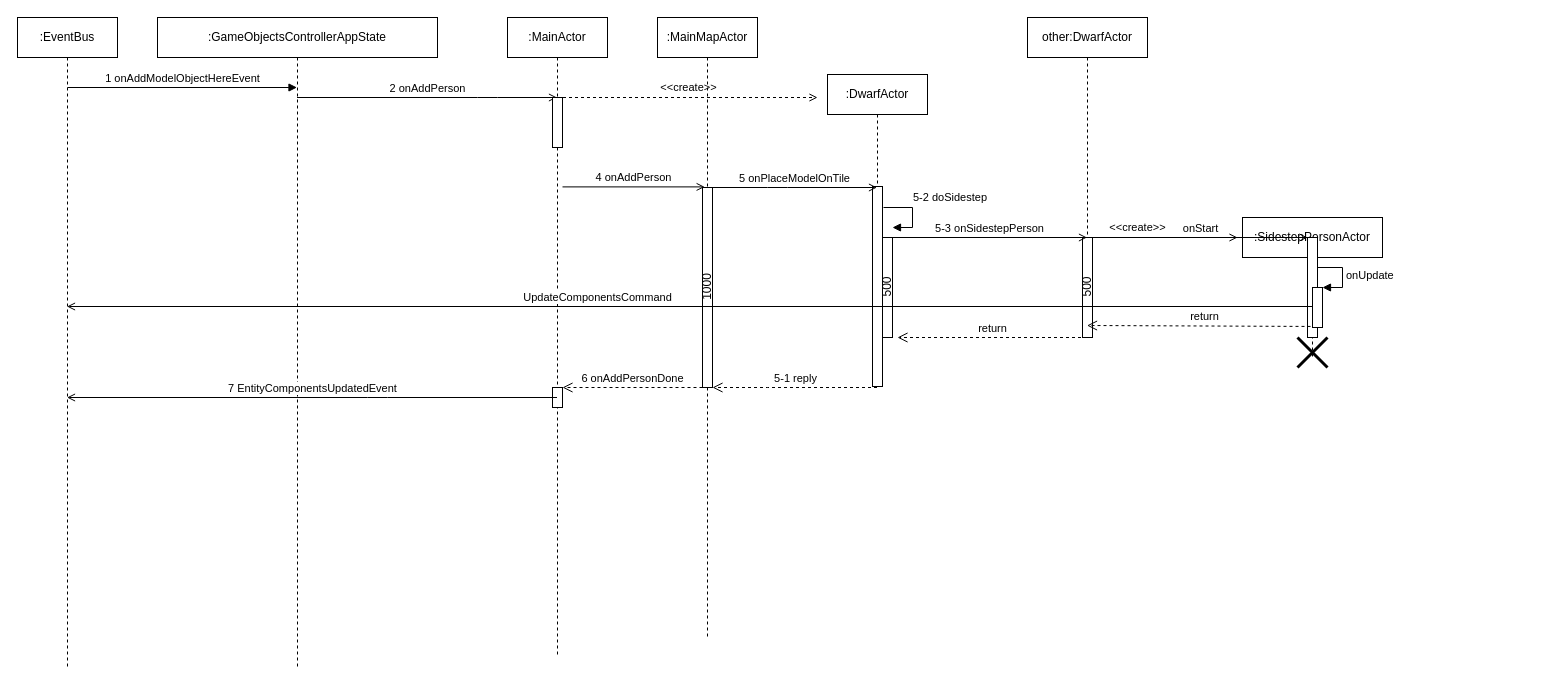
This is uml/AddPerson-Sequence.drawio from devent/dwarf-hustle-design, a draw.io file, before an edit. Source tidied: cells renumbered, new cells numbered last; positions are measured from the earlier drawing's top-left corner, leaving out a move shared by most shapes. Both pictures are drawn from the tidied source at 100%, with x=0, y=0 at pixel (17, 17).
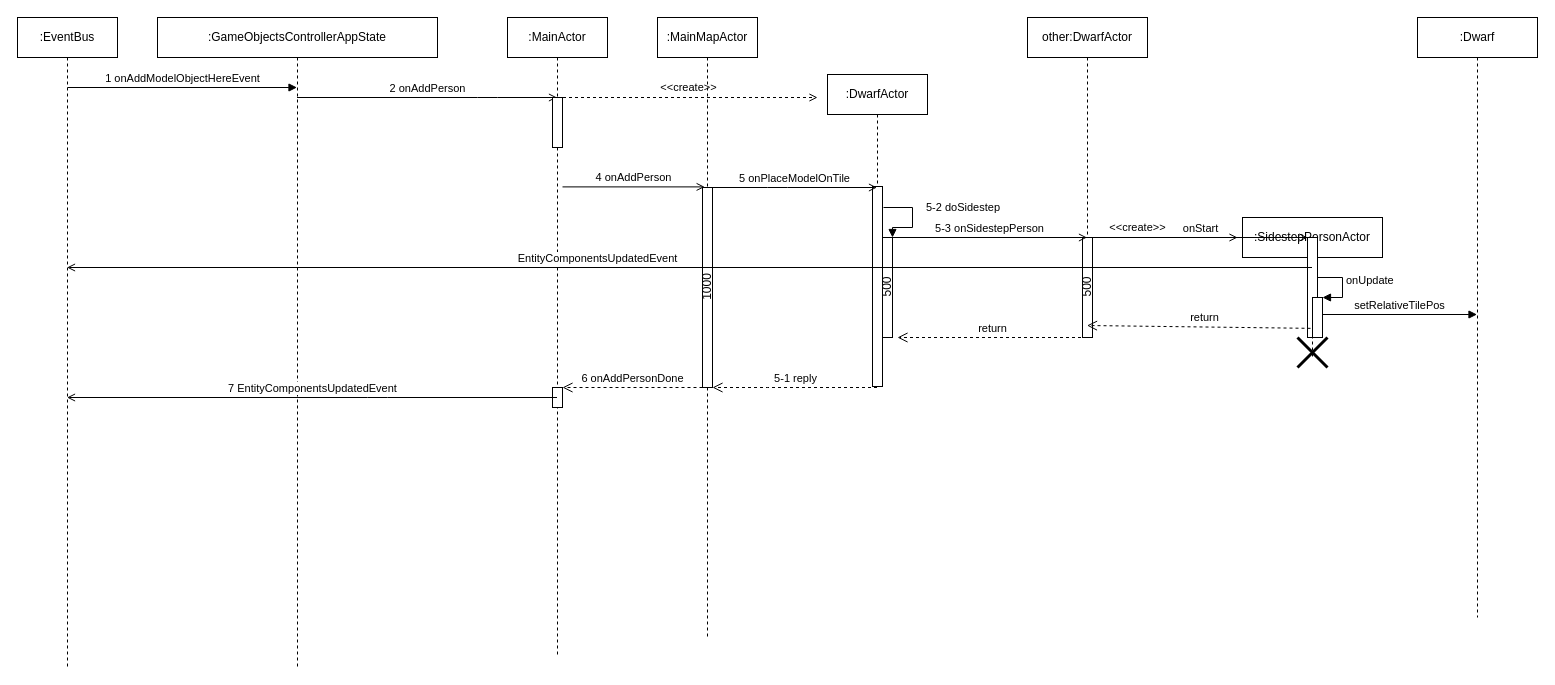
The same diagram, later.

Unchanged cells that the change refers to:
```xml
<mxCell id="13" value=":DwarfActor" style="shape=umlLifeline;perimeter=lifelinePerimeter;whiteSpace=wrap;html=1;" parent="1" vertex="1">
  <mxGeometry x="810" y="57" width="100" height="300" as="geometry" />
</mxCell>
```

Change to the diagram source:
```diff
@@
-    <mxCell id="15" value="5-2 doSidestep" style="edgeStyle=orthogonalEdgeStyle;html=1;align=left;spacingLeft=2;endArrow=block;rounded=0;entryX=1;entryY=0;" parent="13" edge="1">
+    <mxCell id="15" value="5-2 doSidestep" style="edgeStyle=orthogonalEdgeStyle;html=1;align=left;spacingLeft=2;endArrow=block;rounded=0;" parent="13" edge="1">
       <mxGeometry x="-0.26" y="10" relative="1" as="geometry">
         <mxPoint x="56" y="133" as="sourcePoint" />
-        <mxPoint x="65" y="153" as="targetPoint" />
+        <mxPoint x="65" y="163" as="targetPoint" />
         <Array as="points">
           <mxPoint x="56" y="133" />
           <mxPoint x="85" y="133" />
           <mxPoint x="85" y="153" />
         </Array>
       </mxGeometry>
     </mxCell>
@@
-    <mxCell id="29" value="return" style="html=1;verticalAlign=bottom;endArrow=open;dashed=1;endSize=8;exitX=1;exitY=0.975;exitDx=0;exitDy=0;exitPerimeter=0;" parent="1" edge="1" source="30">
+    <mxCell id="29" value="return" style="html=1;verticalAlign=bottom;endArrow=open;dashed=1;endSize=8;exitX=1;exitY=0.775;exitDx=0;exitDy=0;exitPerimeter=0;" parent="1" edge="1" source="30">
       <mxGeometry relative="1" as="geometry">
         <mxPoint x="1069.5" y="308" as="targetPoint" />
       </mxGeometry>
     </mxCell>
     <mxCell id="30" style="html=1;points=[];perimeter=orthogonalPerimeter;fillColor=#ffffff;" parent="1" vertex="1">
-      <mxGeometry x="1295" y="270" width="10" height="40" as="geometry" />
+      <mxGeometry x="1295" y="280" width="10" height="40" as="geometry" />
     </mxCell>
     <mxCell id="31" value="onUpdate" style="edgeStyle=orthogonalEdgeStyle;html=1;align=left;spacingLeft=2;endArrow=block;rounded=0;entryX=1;entryY=0;" parent="1" edge="1" target="30">
       <mxGeometry relative="1" as="geometry">
         <mxPoint x="1300" y="250" as="sourcePoint" />
         <Array as="points">
-          <mxPoint x="1325" y="250" />
+          <mxPoint x="1300" y="260" />
+          <mxPoint x="1325" y="260" />
+          <mxPoint x="1325" y="280" />
         </Array>
       </mxGeometry>
     </mxCell>
@@
-    <mxCell id="33" value="UpdateComponentsCommand" style="html=1;verticalAlign=bottom;endArrow=open;endFill=0;" parent="1" edge="1">
+    <mxCell id="33" value="EntityComponentsUpdatedEvent" style="html=1;verticalAlign=bottom;endArrow=open;endFill=0;" parent="1" edge="1">
       <mxGeometry x="0.15" relative="1" as="geometry">
-        <mxPoint x="1294.5" y="289" as="sourcePoint" />
-        <mxPoint x="49.5" y="289" as="targetPoint" />
+        <mxPoint x="1294.5" y="250" as="sourcePoint" />
+        <mxPoint x="49.5" y="250" as="targetPoint" />
         <mxPoint x="1" as="offset" />
       </mxGeometry>
     </mxCell>
+    <mxCell id="34" value=":Dwarf" style="shape=umlLifeline;perimeter=lifelinePerimeter;whiteSpace=wrap;html=1;" parent="1" vertex="1">
+      <mxGeometry x="1400" width="120" height="600" as="geometry" />
+    </mxCell>
+    <mxCell id="35" value="setRelativeTilePos" style="html=1;verticalAlign=bottom;endArrow=block;" parent="1" edge="1">
+      <mxGeometry relative="1" as="geometry">
+        <mxPoint x="1305" y="297" as="sourcePoint" />
+        <mxPoint x="1459.5" y="297" as="targetPoint" />
+      </mxGeometry>
+    </mxCell>
```
